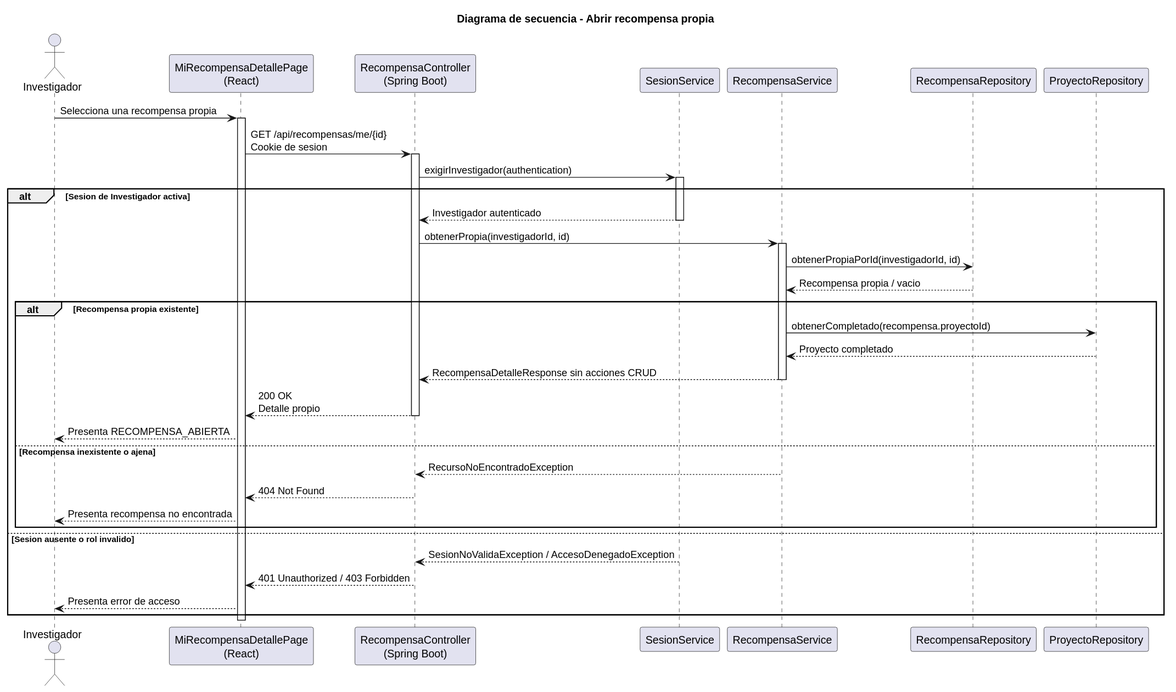
Earlier version of the PlantUML export images/RUP/02-diseño/casos-uso/investigador/abrirRecompensa/secuencia.svg (beatriizorozco/25-26-idsw2-sdVC). Source of this version:
```plantuml
@startuml
title Diagrama de secuencia - Abrir recompensa propia

actor Investigador
participant "MiRecompensaDetallePage\n(React)" as Frontend
participant "RecompensaController\n(Spring Boot)" as Api
participant "SesionService" as Sesion
participant "RecompensaService" as Service
participant "RecompensaRepository" as Repo
participant "ProyectoRepository" as ProyectoRepo

Investigador -> Frontend: Selecciona una recompensa propia
activate Frontend
Frontend -> Api: GET /api/recompensas/me/{id}\nCookie de sesion
activate Api
Api -> Sesion: exigirInvestigador(authentication)
activate Sesion
alt Sesion de Investigador activa
    Sesion --> Api: Investigador autenticado
    deactivate Sesion
    Api -> Service: obtenerPropia(investigadorId, id)
    activate Service
    Service -> Repo: obtenerPropiaPorId(investigadorId, id)
    Repo --> Service: Recompensa propia / vacio
    alt Recompensa propia existente
        Service -> ProyectoRepo: obtenerCompletado(recompensa.proyectoId)
        ProyectoRepo --> Service: Proyecto completado
        Service --> Api: RecompensaDetalleResponse sin acciones CRUD
        deactivate Service
        Api --> Frontend: 200 OK\nDetalle propio
        deactivate Api
        Frontend --> Investigador: Presenta RECOMPENSA_ABIERTA
    else Recompensa inexistente o ajena
        Service --> Api: RecursoNoEncontradoException
        deactivate Service
        Api --> Frontend: 404 Not Found
        deactivate Api
        Frontend --> Investigador: Presenta recompensa no encontrada
    end
else Sesion ausente o rol invalido
    Sesion --> Api: SesionNoValidaException / AccesoDenegadoException
    deactivate Sesion
    Api --> Frontend: 401 Unauthorized / 403 Forbidden
    deactivate Api
    Frontend --> Investigador: Presenta error de acceso
end
deactivate Frontend
@enduml
```
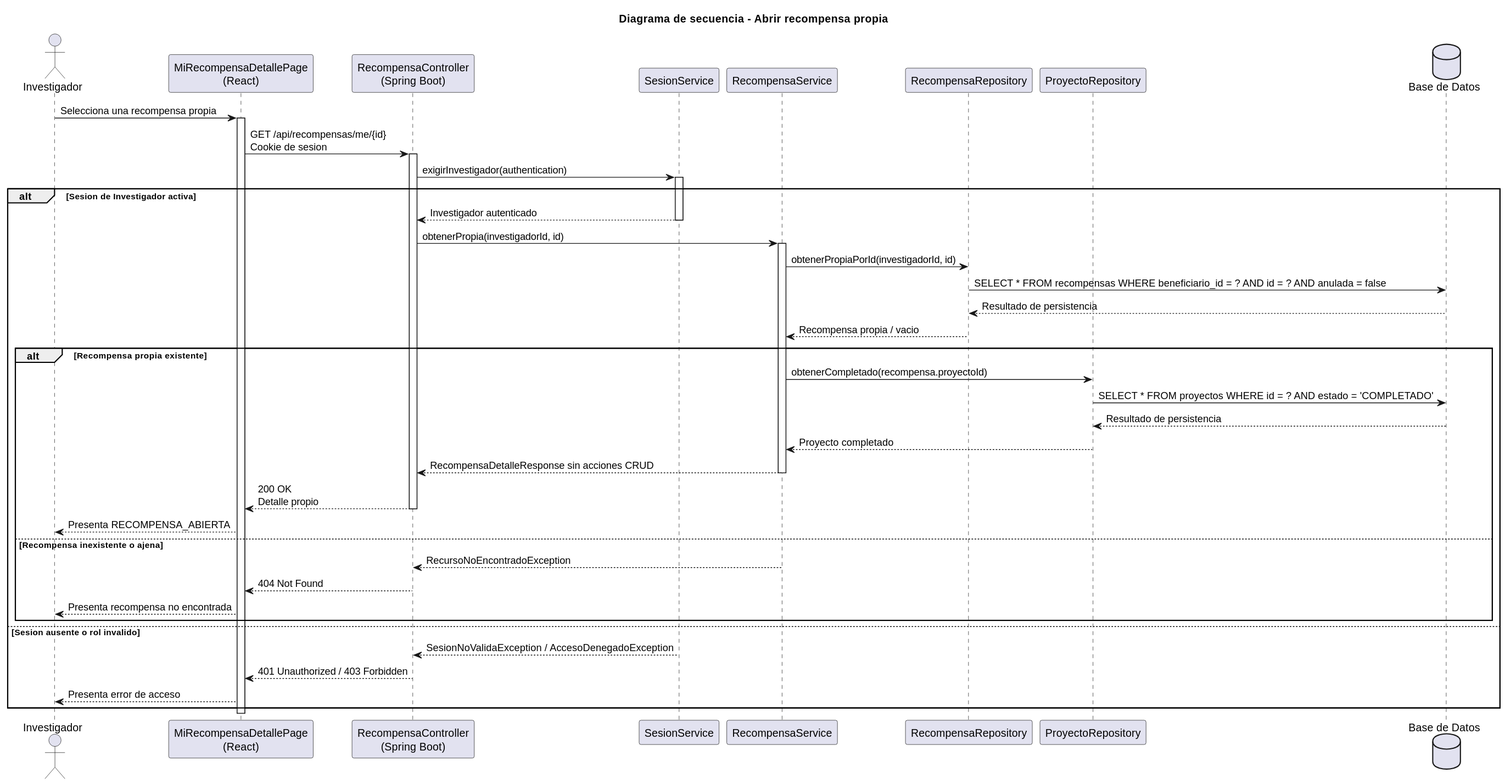
Later version of the same file.

Change to the diagram source:
```diff
@@ -8,6 +8,7 @@
 participant "RecompensaService" as Service
 participant "RecompensaRepository" as Repo
 participant "ProyectoRepository" as ProyectoRepo
+database "Base de Datos" as DB
 
 Investigador -> Frontend: Selecciona una recompensa propia
 activate Frontend
@@ -21,9 +22,13 @@
     Api -> Service: obtenerPropia(investigadorId, id)
     activate Service
     Service -> Repo: obtenerPropiaPorId(investigadorId, id)
+    Repo -> DB: SELECT * FROM recompensas WHERE beneficiario_id = ? AND id = ? AND anulada = false
+    DB --> Repo: Resultado de persistencia
     Repo --> Service: Recompensa propia / vacio
     alt Recompensa propia existente
         Service -> ProyectoRepo: obtenerCompletado(recompensa.proyectoId)
+        ProyectoRepo -> DB: SELECT * FROM proyectos WHERE id = ? AND estado = 'COMPLETADO'
+        DB --> ProyectoRepo: Resultado de persistencia
         ProyectoRepo --> Service: Proyecto completado
         Service --> Api: RecompensaDetalleResponse sin acciones CRUD
         deactivate Service
```
